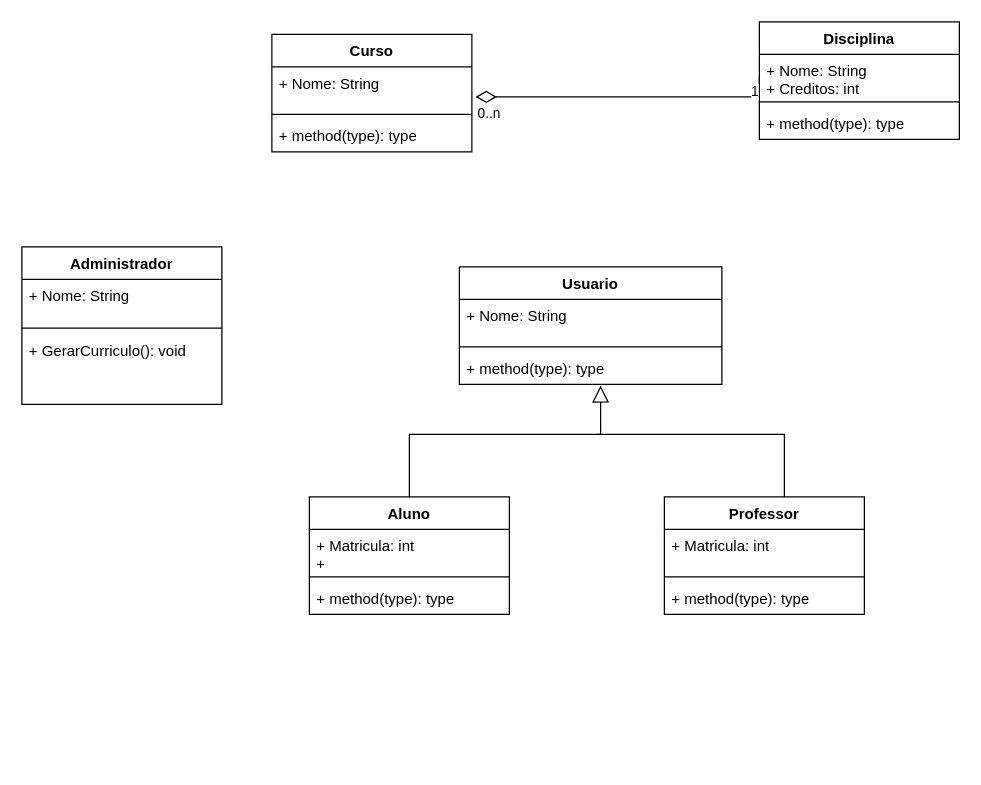
Earlier version of the draw.io diagram projeto/DiagramaClasse.drawio (samuelincoln1/Projeto-LDS). Source tidied: cells renumbered, new cells numbered last; positions are measured from the earlier drawing's top-left corner, leaving out a move shared by most shapes. Both pictures are drawn from the tidied source at 125%, with x=0, y=0 at pixel (21, 21).
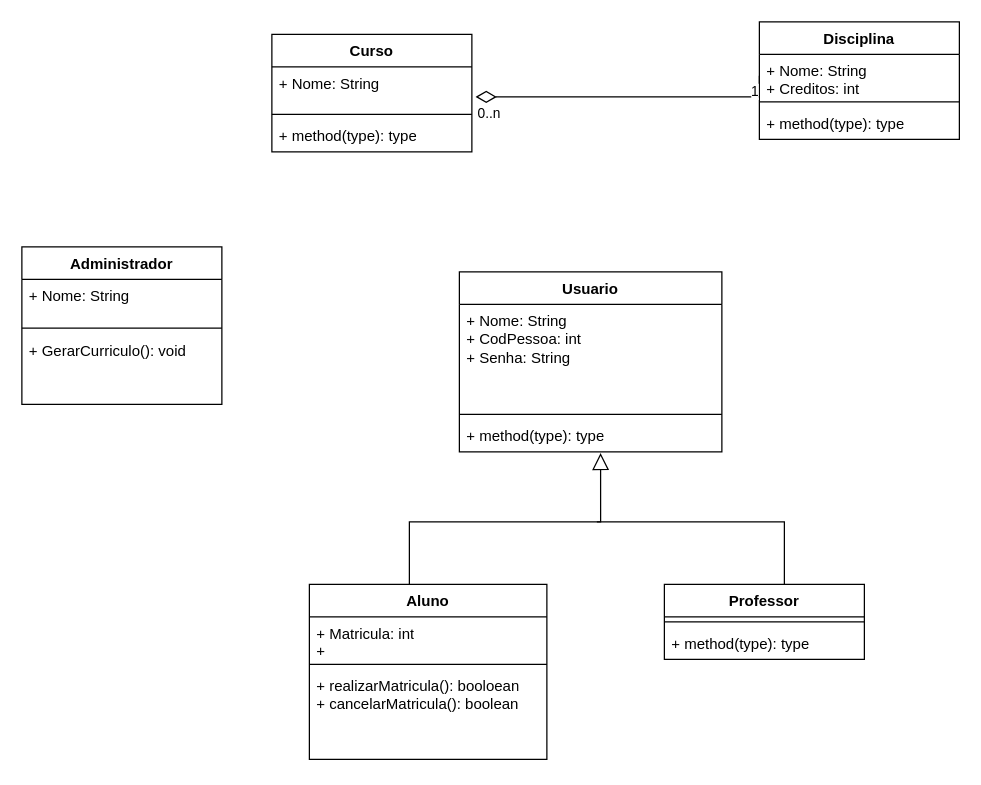
Above is the later version.

What changed in the source:
```diff
@@
     <mxCell id="10" style="edgeStyle=orthogonalEdgeStyle;rounded=0;jettySize=auto;html=1;entryX=0.538;entryY=1.038;entryDx=0;entryDy=0;entryPerimeter=0;endArrow=block;endFill=0;endSize=11;" parent="1" edge="1" source="11" target="18">
       <mxGeometry relative="1" as="geometry">
         <Array as="points">
-          <mxPoint x="310" y="330" />
-          <mxPoint x="463" y="330" />
+          <mxPoint x="310" y="400" />
+          <mxPoint x="463" y="400" />
         </Array>
       </mxGeometry>
     </mxCell>
     <mxCell id="11" value="Aluno" style="swimlane;fontStyle=1;align=center;verticalAlign=top;horizontal=1;startSize=26;whiteSpace=wrap;html=1;" parent="1" vertex="1">
-      <mxGeometry x="230" y="380" width="160" height="94" as="geometry" />
+      <mxGeometry x="230" y="450" width="190" height="140" as="geometry" />
     </mxCell>
     <mxCell id="12" value="+ Matricula: int&lt;br&gt;+&amp;nbsp;" style="text;strokeColor=none;fillColor=none;align=left;verticalAlign=top;spacingLeft=4;spacingRight=4;overflow=hidden;whiteSpace=wrap;html=1;" parent="11" vertex="1">
-      <mxGeometry y="26" width="160" height="34" as="geometry" />
+      <mxGeometry y="26" width="190" height="34" as="geometry" />
     </mxCell>
     <mxCell id="13" style="line;strokeWidth=1;fillColor=none;align=left;verticalAlign=middle;spacingTop=-1;spacingLeft=3;spacingRight=3;labelPosition=right;strokeColor=inherit;" parent="11" vertex="1">
-      <mxGeometry y="60" width="160" height="8" as="geometry" />
+      <mxGeometry y="60" width="190" height="8" as="geometry" />
     </mxCell>
-    <mxCell id="14" value="+ method(type): type" style="text;strokeColor=none;fillColor=none;align=left;verticalAlign=top;spacingLeft=4;spacingRight=4;overflow=hidden;whiteSpace=wrap;html=1;" parent="11" vertex="1">
-      <mxGeometry y="68" width="160" height="26" as="geometry" />
+    <mxCell id="14" value="+ realizarMatricula(): booloean&lt;br&gt;+ cancelarMatricula(): boolean" style="text;strokeColor=none;fillColor=none;align=left;verticalAlign=top;spacingLeft=4;spacingRight=4;overflow=hidden;whiteSpace=wrap;html=1;" parent="11" vertex="1">
+      <mxGeometry y="68" width="190" height="72" as="geometry" />
     </mxCell>
     <mxCell id="15" value="Usuario" style="swimlane;fontStyle=1;align=center;verticalAlign=top;horizontal=1;startSize=26;whiteSpace=wrap;html=1;" parent="1" vertex="1">
-      <mxGeometry x="350" y="196" width="210" height="94" as="geometry" />
+      <mxGeometry x="350" y="200" width="210" height="144" as="geometry" />
     </mxCell>
-    <mxCell id="16" value="+ Nome: String" style="text;strokeColor=none;fillColor=none;align=left;verticalAlign=top;spacingLeft=4;spacingRight=4;overflow=hidden;whiteSpace=wrap;html=1;" parent="15" vertex="1">
-      <mxGeometry y="26" width="210" height="34" as="geometry" />
+    <mxCell id="16" value="+ Nome: String&lt;br&gt;+ CodPessoa: int&lt;br&gt;+ Senha: String" style="text;strokeColor=none;fillColor=none;align=left;verticalAlign=top;spacingLeft=4;spacingRight=4;overflow=hidden;whiteSpace=wrap;html=1;" parent="15" vertex="1">
+      <mxGeometry y="26" width="210" height="84" as="geometry" />
     </mxCell>
     <mxCell id="17" style="line;strokeWidth=1;fillColor=none;align=left;verticalAlign=middle;spacingTop=-1;spacingLeft=3;spacingRight=3;labelPosition=right;strokeColor=inherit;" parent="15" vertex="1">
-      <mxGeometry y="60" width="210" height="8" as="geometry" />
+      <mxGeometry y="110" width="210" height="8" as="geometry" />
     </mxCell>
     <mxCell id="18" value="+ method(type): type" style="text;strokeColor=none;fillColor=none;align=left;verticalAlign=top;spacingLeft=4;spacingRight=4;overflow=hidden;points=[[0,0.5],[1,0.5]];portConstraint=eastwest;whiteSpace=wrap;html=1;" parent="15" vertex="1">
-      <mxGeometry y="68" width="210" height="26" as="geometry" />
+      <mxGeometry y="118" width="210" height="26" as="geometry" />
     </mxCell>
     <mxCell id="19" style="edgeStyle=orthogonalEdgeStyle;rounded=0;jettySize=auto;html=1;endArrow=none;endFill=0;" parent="1" edge="1" source="20">
       <mxGeometry relative="1" as="geometry">
-        <mxPoint x="460" y="330" as="targetPoint" />
+        <mxPoint x="460" y="400" as="targetPoint" />
         <Array as="points">
-          <mxPoint x="610" y="330" />
+          <mxPoint x="610" y="400" />
         </Array>
       </mxGeometry>
     </mxCell>
     <mxCell id="20" value="Professor" style="swimlane;fontStyle=1;align=center;verticalAlign=top;horizontal=1;startSize=26;whiteSpace=wrap;html=1;" parent="1" vertex="1">
-      <mxGeometry x="514" y="380" width="160" height="94" as="geometry" />
+      <mxGeometry x="514" y="450" width="160" height="60" as="geometry" />
     </mxCell>
-    <mxCell id="21" value="+ Matricula: int" style="text;strokeColor=none;fillColor=none;align=left;verticalAlign=top;spacingLeft=4;spacingRight=4;overflow=hidden;whiteSpace=wrap;html=1;" parent="20" vertex="1">
-      <mxGeometry y="26" width="160" height="34" as="geometry" />
-    </mxCell>
     <mxCell id="22" style="line;strokeWidth=1;fillColor=none;align=left;verticalAlign=middle;spacingTop=-1;spacingLeft=3;spacingRight=3;labelPosition=right;strokeColor=inherit;" parent="20" vertex="1">
-      <mxGeometry y="60" width="160" height="8" as="geometry" />
+      <mxGeometry y="26" width="160" height="8" as="geometry" />
     </mxCell>
     <mxCell id="23" value="+ method(type): type" style="text;strokeColor=none;fillColor=none;align=left;verticalAlign=top;spacingLeft=4;spacingRight=4;overflow=hidden;whiteSpace=wrap;html=1;" parent="20" vertex="1">
-      <mxGeometry y="68" width="160" height="26" as="geometry" />
+      <mxGeometry y="34" width="160" height="26" as="geometry" />
     </mxCell>
```
